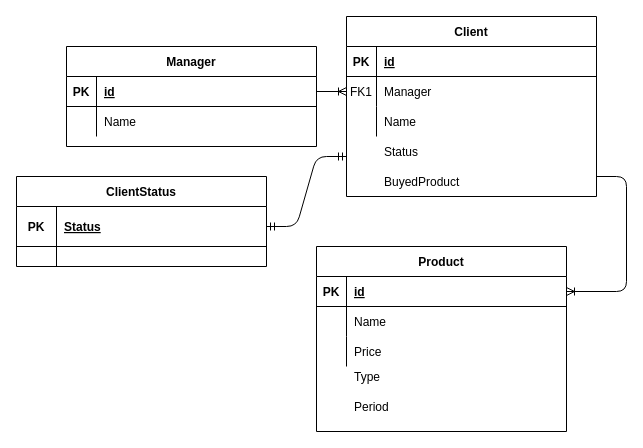
hellsmenser/avicomTestChallange keeps this draw.io diagram as SQL/Untitled Diagram.drawio. Above is the earlier version. Source tidied: cells renumbered, new cells numbered last; positions are measured from the earlier drawing's top-left corner, leaving out a move shared by most shapes. Both pictures are drawn from the tidied source at 100%, with x=0, y=0 at pixel (16, 16).
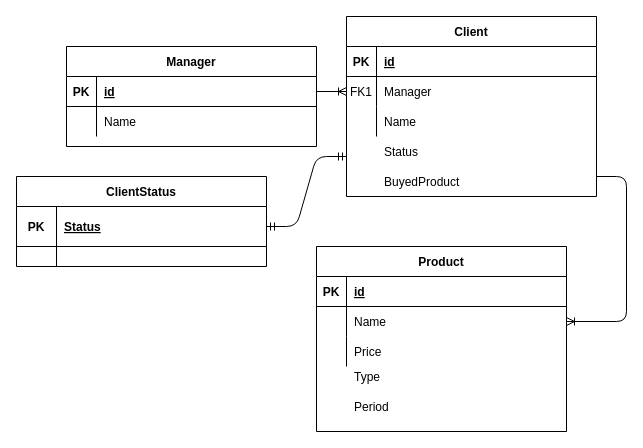
The same diagram, later.

Unchanged cells that the change refers to:
```xml
<mxCell id="28" style="shape=partialRectangle;fillColor=none;points=[[0,0.5],[1,0.5]];portConstraint=eastwest;top=0;left=0;right=0;bottom=1;" parent="27" vertex="1">
  <mxGeometry y="30" width="250" height="30" as="geometry" />
</mxCell>
<mxCell id="31" style="shape=partialRectangle;fillColor=none;points=[[0,0.5],[1,0.5]];portConstraint=eastwest;top=0;left=0;right=0;bottom=0;" parent="27" vertex="1">
  <mxGeometry y="60" width="250" height="30" as="geometry" />
</mxCell>
```

Change to the diagram source:
```diff
@@
-    <mxCell id="48" style="edgeStyle=entityRelationEdgeStyle;fontSize=12;html=1;endArrow=ERoneToMany;entryX=1;entryY=0.5;entryDx=0;entryDy=0;" parent="1" edge="1" target="28">
+    <mxCell id="48" style="edgeStyle=entityRelationEdgeStyle;fontSize=12;html=1;endArrow=ERoneToMany;entryX=1;entryY=0.5;entryDx=0;entryDy=0;" parent="1" edge="1" target="31">
       <mxGeometry relative="1" as="geometry">
         <mxPoint x="580" y="160" as="sourcePoint" />
       </mxGeometry>
     </mxCell>
```
